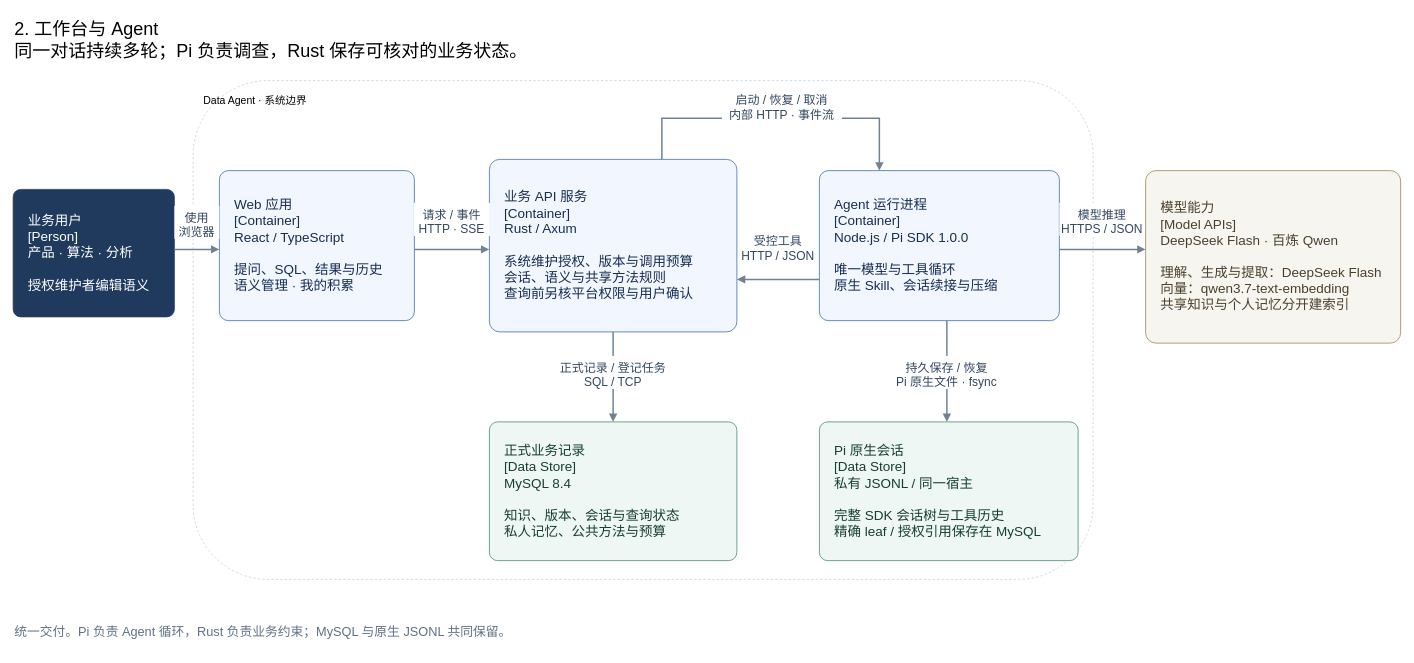
Earlier version of the draw.io diagram page "工作台与 Agent" (2 of 4) of docs/architecture/data-agent-c4-container.drawio (yaoziyaoguai/data_agent). Source tidied: cells renumbered, new cells numbered last; positions are measured from the earlier drawing's top-left corner, leaving out a move shared by most shapes. Both pictures are drawn from the tidied source at 75%, with x=0, y=0 at pixel (13, 13).
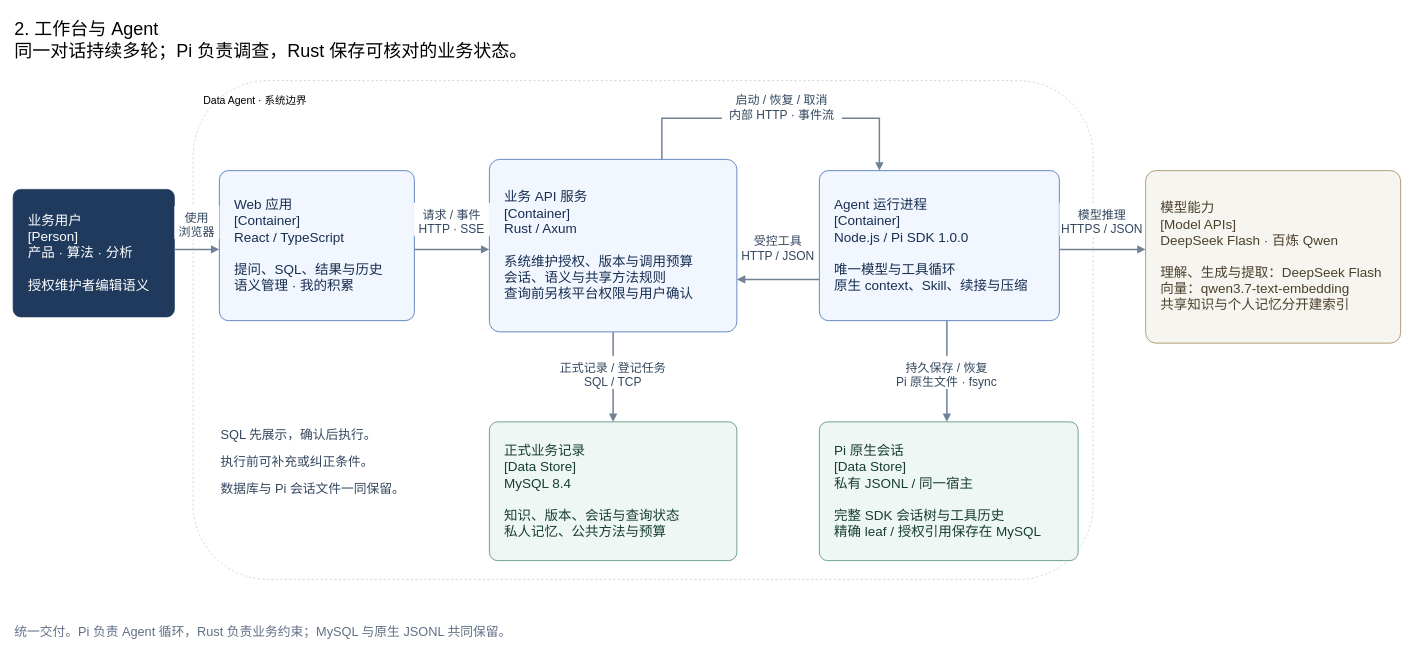
Above is the later version.

Diff of the diagram source:
```diff
@@
-    <mxCell id="7" value="Agent 运行进程&#10;[Container]&#10;Node.js / Pi SDK 1.0.0&#10;&#10;唯一模型与工具循环&#10;原生 Skill、会话续接与压缩" style="rounded=1;arcSize=6;whiteSpace=wrap;html=0;fillColor=#f1f6ff;strokeColor=#3866ac;fontColor=#172e50;fontSize=18;fontFamily=PingFang SC;align=left;spacing=20;" parent="1" vertex="1">
+    <mxCell id="7" value="Agent 运行进程&#10;[Container]&#10;Node.js / Pi SDK 1.0.0&#10;&#10;唯一模型与工具循环&#10;原生 context、Skill、续接与压缩" style="rounded=1;arcSize=6;whiteSpace=wrap;html=0;fillColor=#f1f6ff;strokeColor=#3866ac;fontColor=#172e50;fontSize=18;fontFamily=PingFang SC;align=left;spacing=20;" parent="1" vertex="1">
       <mxGeometry x="1075" y="210" width="320" height="200" as="geometry" />
     </mxCell>
@@
+    <mxCell id="26" value="SQL 先展示，确认后执行。" style="text;html=0;align=left;fontSize=17;fontColor=#33475e;fontFamily=PingFang SC;" parent="1" vertex="1">
+      <mxGeometry x="275" y="545" width="1575" height="30" as="geometry" />
+    </mxCell>
+    <mxCell id="27" value="执行前可补充或纠正条件。" style="text;html=0;align=left;fontSize=17;fontColor=#33475e;fontFamily=PingFang SC;" parent="1" vertex="1">
+      <mxGeometry x="275" y="581" width="1575" height="30" as="geometry" />
+    </mxCell>
+    <mxCell id="28" value="数据库与 Pi 会话文件一同保留。" style="text;html=0;align=left;fontSize=17;fontColor=#33475e;fontFamily=PingFang SC;" parent="1" vertex="1">
+      <mxGeometry x="275" y="617" width="1575" height="30" as="geometry" />
+    </mxCell>
```
